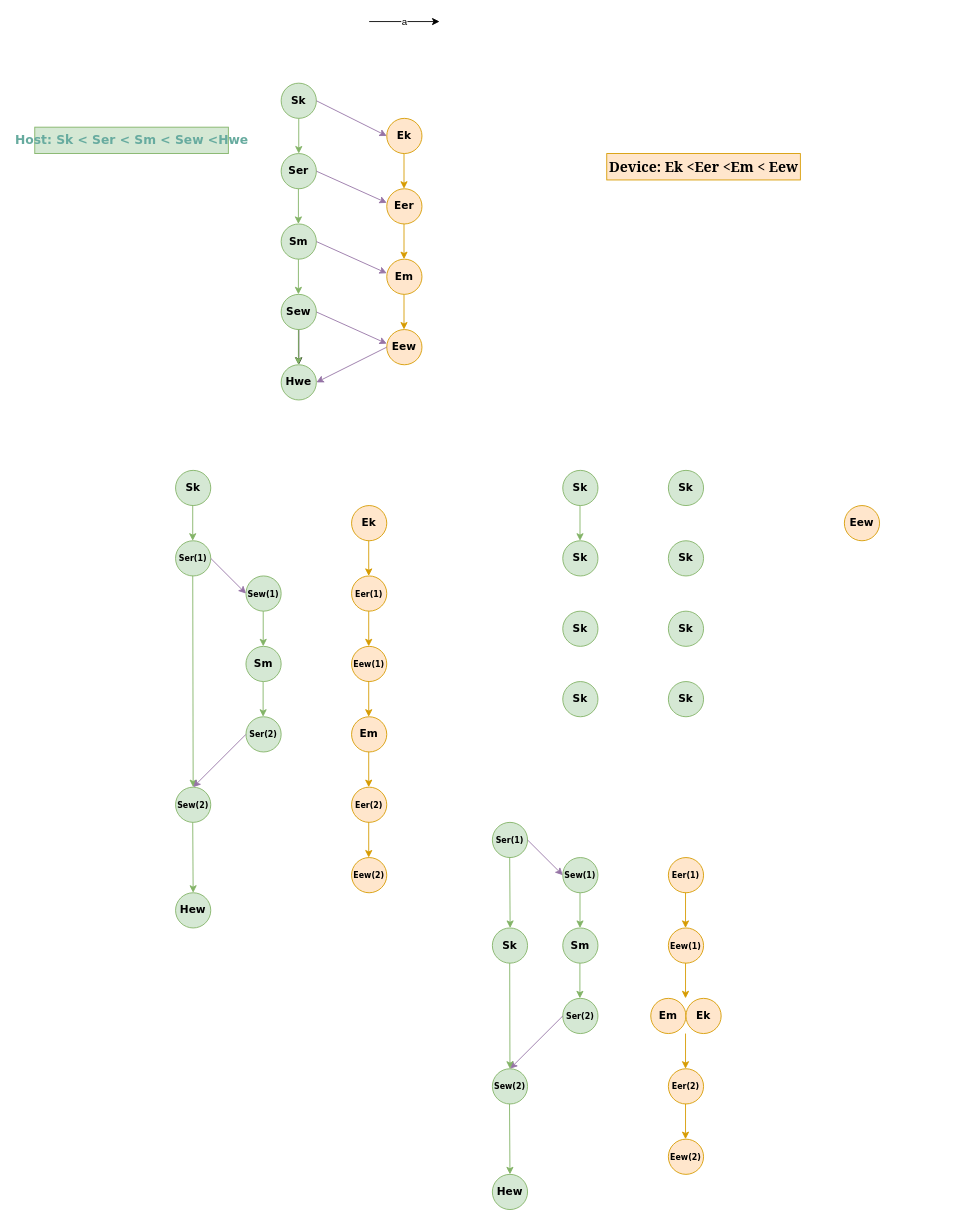
nathanielcychang/docs keeps this draw.io diagram as stram.drawio. Above is the earlier version. Source tidied: cells renumbered, new cells numbered last; positions are measured from the earlier drawing's top-left corner, leaving out a move shared by most shapes. Both pictures are drawn from the tidied source at 88%, with x=0, y=0 at pixel (34, 21).
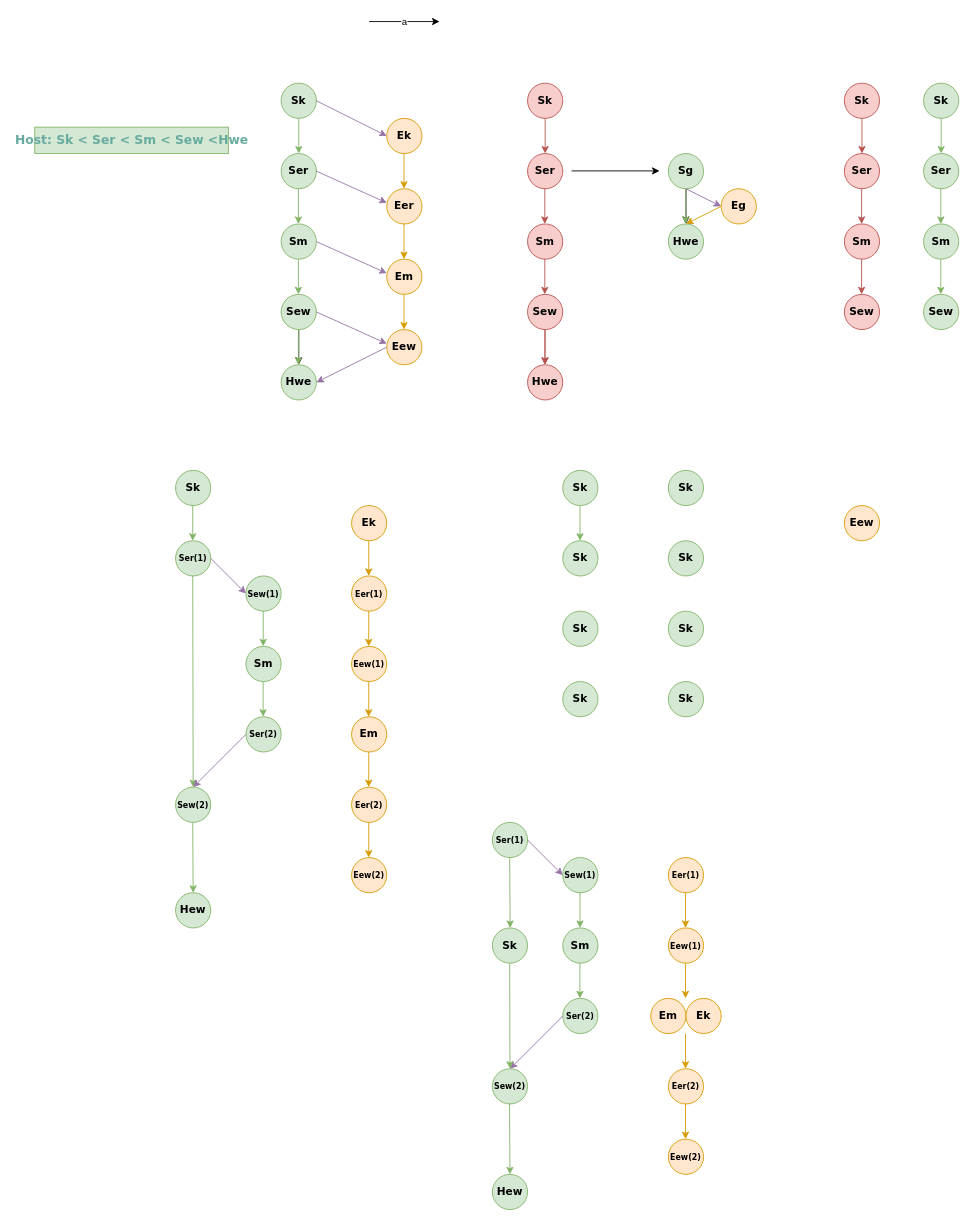
After the change.

Diff of the diagram source:
```diff
@@
-    <mxCell id="25" value="&lt;font face=&quot;Georgia&quot; style=&quot;font-size: 16px;&quot;&gt;Device: Ek &amp;lt;Eer &amp;lt;Em &amp;lt; Eew&lt;/font&gt;" style="text;html=1;align=center;verticalAlign=middle;strokeColor=#d79b00;fillColor=#ffe6cc;fontStyle=1;" parent="1" vertex="1">
-      <mxGeometry x="650" y="150" width="220" height="30" as="geometry" />
-    </mxCell>
@@
+    <mxCell id="86" value="Sk" style="ellipse;whiteSpace=wrap;html=1;fillColor=#f8cecc;strokeColor=#b85450;fontStyle=1;fontFamily=Verdana;" parent="1" vertex="1">
+      <mxGeometry x="560" y="70" width="40" height="40" as="geometry" />
+    </mxCell>
+    <mxCell id="87" style="edgeStyle=orthogonalEdgeStyle;rounded=0;jettySize=auto;html=1;fillColor=#f8cecc;strokeColor=#b85450;" parent="1" edge="1" source="88" target="91">
+      <mxGeometry relative="1" as="geometry" />
+    </mxCell>
+    <mxCell id="88" value="Sew" style="ellipse;whiteSpace=wrap;html=1;fillColor=#f8cecc;strokeColor=#b85450;fontStyle=1;fontFamily=Verdana;" parent="1" vertex="1">
+      <mxGeometry x="560" y="310" width="40" height="40" as="geometry" />
+    </mxCell>
+    <mxCell id="89" value="Sm" style="ellipse;whiteSpace=wrap;html=1;fillColor=#f8cecc;strokeColor=#b85450;fontStyle=1;fontFamily=Verdana;" parent="1" vertex="1">
+      <mxGeometry x="560" y="230" width="40" height="40" as="geometry" />
+    </mxCell>
+    <mxCell id="90" value="Ser" style="ellipse;whiteSpace=wrap;html=1;fillColor=#f8cecc;strokeColor=#b85450;fontStyle=1;fontFamily=Verdana;" parent="1" vertex="1">
+      <mxGeometry x="560" y="150" width="40" height="40" as="geometry" />
+    </mxCell>
+    <mxCell id="91" value="Hwe" style="ellipse;whiteSpace=wrap;html=1;fillColor=#f8cecc;strokeColor=#b85450;fontStyle=1;fontFamily=Verdana;" parent="1" vertex="1">
+      <mxGeometry x="560" y="390" width="40" height="40" as="geometry" />
+    </mxCell>
+    <mxCell id="92" value="Eg" style="ellipse;whiteSpace=wrap;html=1;fillColor=#ffe6cc;strokeColor=#d79b00;fontStyle=1;fontFamily=Verdana;" parent="1" vertex="1">
+      <mxGeometry x="780" y="190" width="40" height="40" as="geometry" />
+    </mxCell>
+    <mxCell id="93" style="endArrow=classic;html=1;rounded=0;exitX=0.5;exitY=1;exitDx=0;exitDy=0;entryX=0.5;entryY=0;entryDx=0;entryDy=0;fillColor=#f8cecc;strokeColor=#b85450;fontStyle=1;fontFamily=Verdana;fontColor=#5C61FF;" parent="1" edge="1" source="86" target="90">
+      <mxGeometry relative="1" as="geometry" />
+    </mxCell>
+    <mxCell id="94" style="endArrow=classic;html=1;rounded=0;exitX=0.5;exitY=1;exitDx=0;exitDy=0;entryX=0.5;entryY=0;entryDx=0;entryDy=0;fillColor=#f8cecc;strokeColor=#b85450;fontStyle=1;fontFamily=Verdana;fontColor=#5C61FF;" parent="1" edge="1">
+      <mxGeometry relative="1" as="geometry">
+        <mxPoint x="579.6" y="190" as="sourcePoint" />
+        <mxPoint x="579.6" y="230" as="targetPoint" />
+      </mxGeometry>
+    </mxCell>
+    <mxCell id="95" style="endArrow=classic;html=1;rounded=0;exitX=0.5;exitY=1;exitDx=0;exitDy=0;entryX=0.5;entryY=0;entryDx=0;entryDy=0;fillColor=#f8cecc;strokeColor=#b85450;fontStyle=1;fontFamily=Verdana;fontColor=#5C61FF;" parent="1" edge="1">
+      <mxGeometry relative="1" as="geometry">
+        <mxPoint x="579.6" y="270" as="sourcePoint" />
+        <mxPoint x="579.6" y="310" as="targetPoint" />
+      </mxGeometry>
+    </mxCell>
+    <mxCell id="96" style="endArrow=classic;html=1;rounded=0;exitX=0.5;exitY=1;exitDx=0;exitDy=0;entryX=0.5;entryY=0;entryDx=0;entryDy=0;fillColor=#f8cecc;strokeColor=#b85450;fontStyle=1;fontFamily=Verdana;fontColor=#5C61FF;" parent="1" edge="1">
+      <mxGeometry relative="1" as="geometry">
+        <mxPoint x="579.6" y="350" as="sourcePoint" />
+        <mxPoint x="579.6" y="390" as="targetPoint" />
+      </mxGeometry>
+    </mxCell>
+    <mxCell id="97" style="endArrow=classic;html=1;rounded=0;exitX=0;exitY=0.5;exitDx=0;exitDy=0;entryX=0.5;entryY=0;entryDx=0;entryDy=0;fillColor=#ffe6cc;strokeColor=#d79b00;fontStyle=1;fontFamily=Verdana;fontColor=#5C61FF;" parent="1" edge="1" source="92" target="100">
+      <mxGeometry relative="1" as="geometry" />
+    </mxCell>
+    <mxCell id="98" style="edgeStyle=orthogonalEdgeStyle;rounded=0;jettySize=auto;html=1;" parent="1" edge="1" source="99">
+      <mxGeometry relative="1" as="geometry">
+        <mxPoint x="740" y="230" as="targetPoint" />
+      </mxGeometry>
+    </mxCell>
+    <mxCell id="99" value="Sg" style="ellipse;whiteSpace=wrap;html=1;fillColor=#d5e8d4;strokeColor=#82b366;fontStyle=1;fontFamily=Verdana;" parent="1" vertex="1">
+      <mxGeometry x="720" y="150" width="40" height="40" as="geometry" />
+    </mxCell>
+    <mxCell id="100" value="Hwe" style="ellipse;whiteSpace=wrap;html=1;fillColor=#d5e8d4;strokeColor=#82b366;fontStyle=1;fontFamily=Verdana;" parent="1" vertex="1">
+      <mxGeometry x="720" y="230" width="40" height="40" as="geometry" />
+    </mxCell>
+    <mxCell id="101" style="endArrow=classic;html=1;rounded=0;exitX=0.5;exitY=1;exitDx=0;exitDy=0;entryX=0.5;entryY=0;entryDx=0;entryDy=0;fillColor=#d5e8d4;strokeColor=#82b366;fontStyle=1;fontFamily=Verdana;fontColor=#5C61FF;" parent="1" edge="1">
+      <mxGeometry relative="1" as="geometry">
+        <mxPoint x="739.6" y="190" as="sourcePoint" />
+        <mxPoint x="739.6" y="230" as="targetPoint" />
+      </mxGeometry>
+    </mxCell>
+    <mxCell id="102" style="edgeStyle=none;orthogonalLoop=1;jettySize=auto;html=1;rounded=0;" parent="1" edge="1">
+      <mxGeometry relative="1" as="geometry">
+        <mxPoint x="610" y="169.7" as="sourcePoint" />
+        <mxPoint x="710" y="169.7" as="targetPoint" />
+      </mxGeometry>
+    </mxCell>
+    <mxCell id="103" style="endArrow=classic;html=1;rounded=0;entryX=0;entryY=0.5;entryDx=0;entryDy=0;fillColor=#e1d5e7;strokeColor=#9673A6;" parent="1" edge="1" target="92">
+      <mxGeometry relative="1" as="geometry">
+        <mxPoint x="740" y="190" as="sourcePoint" />
+      </mxGeometry>
+    </mxCell>
+    <mxCell id="104" value="Sk" style="ellipse;whiteSpace=wrap;html=1;fillColor=#f8cecc;strokeColor=#b85450;fontStyle=1;fontFamily=Verdana;" parent="1" vertex="1">
+      <mxGeometry x="920" y="70" width="40" height="40" as="geometry" />
+    </mxCell>
+    <mxCell id="105" value="Sew" style="ellipse;whiteSpace=wrap;html=1;fillColor=#f8cecc;strokeColor=#b85450;fontStyle=1;fontFamily=Verdana;" parent="1" vertex="1">
+      <mxGeometry x="920" y="310" width="40" height="40" as="geometry" />
+    </mxCell>
+    <mxCell id="106" value="Sm" style="ellipse;whiteSpace=wrap;html=1;fillColor=#f8cecc;strokeColor=#b85450;fontStyle=1;fontFamily=Verdana;" parent="1" vertex="1">
+      <mxGeometry x="920" y="230" width="40" height="40" as="geometry" />
+    </mxCell>
+    <mxCell id="107" value="Ser" style="ellipse;whiteSpace=wrap;html=1;fillColor=#f8cecc;strokeColor=#b85450;fontStyle=1;fontFamily=Verdana;" parent="1" vertex="1">
+      <mxGeometry x="920" y="150" width="40" height="40" as="geometry" />
+    </mxCell>
+    <mxCell id="108" style="endArrow=classic;html=1;rounded=0;exitX=0.5;exitY=1;exitDx=0;exitDy=0;entryX=0.5;entryY=0;entryDx=0;entryDy=0;fillColor=#f8cecc;strokeColor=#b85450;fontStyle=1;fontFamily=Verdana;fontColor=#5C61FF;" parent="1" edge="1" source="104" target="107">
+      <mxGeometry relative="1" as="geometry" />
+    </mxCell>
+    <mxCell id="109" style="endArrow=classic;html=1;rounded=0;exitX=0.5;exitY=1;exitDx=0;exitDy=0;entryX=0.5;entryY=0;entryDx=0;entryDy=0;fillColor=#f8cecc;strokeColor=#b85450;fontStyle=1;fontFamily=Verdana;fontColor=#5C61FF;" parent="1" edge="1">
+      <mxGeometry relative="1" as="geometry">
+        <mxPoint x="939.6" y="190" as="sourcePoint" />
+        <mxPoint x="939.6" y="230" as="targetPoint" />
+      </mxGeometry>
+    </mxCell>
+    <mxCell id="110" style="endArrow=classic;html=1;rounded=0;exitX=0.5;exitY=1;exitDx=0;exitDy=0;entryX=0.5;entryY=0;entryDx=0;entryDy=0;fillColor=#f8cecc;strokeColor=#b85450;fontStyle=1;fontFamily=Verdana;fontColor=#5C61FF;" parent="1" edge="1">
+      <mxGeometry relative="1" as="geometry">
+        <mxPoint x="939.6" y="270" as="sourcePoint" />
+        <mxPoint x="939.6" y="310" as="targetPoint" />
+      </mxGeometry>
+    </mxCell>
+    <mxCell id="111" value="Sk" style="ellipse;whiteSpace=wrap;html=1;fillColor=#d5e8d4;strokeColor=#82b366;fontStyle=1;fontFamily=Verdana;" parent="1" vertex="1">
+      <mxGeometry x="1010" y="70" width="40" height="40" as="geometry" />
+    </mxCell>
+    <mxCell id="112" value="Sew" style="ellipse;whiteSpace=wrap;html=1;fillColor=#d5e8d4;strokeColor=#82b366;fontStyle=1;fontFamily=Verdana;" parent="1" vertex="1">
+      <mxGeometry x="1010" y="310" width="40" height="40" as="geometry" />
+    </mxCell>
+    <mxCell id="113" value="Sm" style="ellipse;whiteSpace=wrap;html=1;fillColor=#d5e8d4;strokeColor=#82b366;fontStyle=1;fontFamily=Verdana;" parent="1" vertex="1">
+      <mxGeometry x="1010" y="230" width="40" height="40" as="geometry" />
+    </mxCell>
+    <mxCell id="114" value="Ser" style="ellipse;whiteSpace=wrap;html=1;fillColor=#d5e8d4;strokeColor=#82b366;fontStyle=1;fontFamily=Verdana;" parent="1" vertex="1">
+      <mxGeometry x="1010" y="150" width="40" height="40" as="geometry" />
+    </mxCell>
+    <mxCell id="115" style="endArrow=classic;html=1;rounded=0;exitX=0.5;exitY=1;exitDx=0;exitDy=0;entryX=0.5;entryY=0;entryDx=0;entryDy=0;fillColor=#d5e8d4;strokeColor=#82b366;fontStyle=1;fontFamily=Verdana;fontColor=#5C61FF;" parent="1" edge="1" source="111" target="114">
+      <mxGeometry relative="1" as="geometry" />
+    </mxCell>
+    <mxCell id="116" style="endArrow=classic;html=1;rounded=0;exitX=0.5;exitY=1;exitDx=0;exitDy=0;entryX=0.5;entryY=0;entryDx=0;entryDy=0;fillColor=#d5e8d4;strokeColor=#82b366;fontStyle=1;fontFamily=Verdana;fontColor=#5C61FF;" parent="1" edge="1">
+      <mxGeometry relative="1" as="geometry">
+        <mxPoint x="1029.6" y="190" as="sourcePoint" />
+        <mxPoint x="1029.6" y="230" as="targetPoint" />
+      </mxGeometry>
+    </mxCell>
+    <mxCell id="117" style="endArrow=classic;html=1;rounded=0;exitX=0.5;exitY=1;exitDx=0;exitDy=0;entryX=0.5;entryY=0;entryDx=0;entryDy=0;fillColor=#d5e8d4;strokeColor=#82b366;fontStyle=1;fontFamily=Verdana;fontColor=#5C61FF;" parent="1" edge="1">
+      <mxGeometry relative="1" as="geometry">
+        <mxPoint x="1029.6" y="270" as="sourcePoint" />
+        <mxPoint x="1029.6" y="310" as="targetPoint" />
+      </mxGeometry>
+    </mxCell>
```
